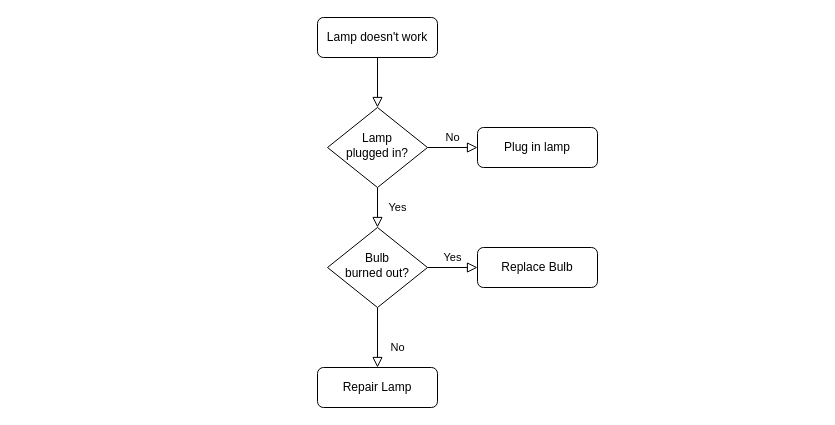
Before: IngegneriaSistemiDistribuiti/immagini/Flow.drawio in josura/appunti_e_cose_condivise, a draw.io diagram. Source tidied: cells renumbered, new cells numbered last; positions are measured from the earlier drawing's top-left corner, leaving out a move shared by most shapes. Both pictures are drawn from the tidied source at 100%, with x=0, y=0 at pixel (317, 17).
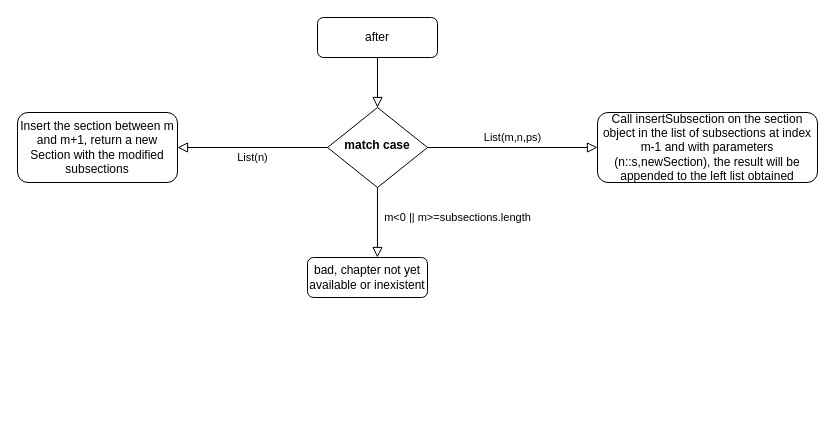
Above is the later version.

Diff of the diagram source:
```diff
@@
 <mxGraphModel>
   <root>
     <mxCell id="0" />
     <mxCell id="1" parent="0" />
     <mxCell id="2" style="rounded=0;html=1;jettySize=auto;fontSize=11;endArrow=block;endFill=0;endSize=8;strokeWidth=1;shadow=0;labelBackgroundColor=none;edgeStyle=orthogonalEdgeStyle;" parent="1" edge="1" source="3" target="6">
       <mxGeometry relative="1" as="geometry" />
     </mxCell>
-    <mxCell id="3" value="Lamp doesn't work" style="rounded=1;whiteSpace=wrap;html=1;fontSize=12;glass=0;strokeWidth=1;shadow=0;" parent="1" vertex="1">
+    <mxCell id="3" value="after" style="rounded=1;whiteSpace=wrap;html=1;fontSize=12;glass=0;strokeWidth=1;shadow=0;" parent="1" vertex="1">
       <mxGeometry width="120" height="40" as="geometry" />
     </mxCell>
-    <mxCell id="4" value="Yes" style="rounded=0;html=1;jettySize=auto;fontSize=11;endArrow=block;endFill=0;endSize=8;strokeWidth=1;shadow=0;labelBackgroundColor=none;edgeStyle=orthogonalEdgeStyle;" parent="1" edge="1" source="6" target="10">
-      <mxGeometry y="20" relative="1" as="geometry" />
+    <mxCell id="4" value="m&amp;lt;0 || m&amp;gt;=subsections.length" style="rounded=0;html=1;jettySize=auto;fontSize=11;endArrow=block;endFill=0;endSize=8;strokeWidth=1;shadow=0;labelBackgroundColor=none;edgeStyle=orthogonalEdgeStyle;entryX=0.583;entryY=0;entryDx=0;entryDy=0;entryPerimeter=0;" parent="1" edge="1" source="6" target="15">
+      <mxGeometry x="-0.14" y="80" relative="1" as="geometry" />
     </mxCell>
-    <mxCell id="5" value="No" style="edgeStyle=orthogonalEdgeStyle;rounded=0;html=1;jettySize=auto;fontSize=11;endArrow=block;endFill=0;endSize=8;strokeWidth=1;shadow=0;labelBackgroundColor=none;" parent="1" edge="1" source="6" target="7">
+    <mxCell id="5" value="List(m,n,ps)" style="edgeStyle=orthogonalEdgeStyle;rounded=0;html=1;jettySize=auto;fontSize=11;endArrow=block;endFill=0;endSize=8;strokeWidth=1;shadow=0;labelBackgroundColor=none;" parent="1" edge="1" source="6" target="7">
       <mxGeometry y="10" relative="1" as="geometry" />
     </mxCell>
-    <mxCell id="6" value="Lamp&lt;br&gt;plugged in?" style="rhombus;whiteSpace=wrap;html=1;shadow=0;fontFamily=Helvetica;fontSize=12;align=center;strokeWidth=1;spacing=6;spacingTop=-4;" parent="1" vertex="1">
+    <mxCell id="6" value="&lt;b&gt;match case&lt;br&gt;&lt;/b&gt;" style="rhombus;whiteSpace=wrap;html=1;shadow=0;fontFamily=Helvetica;fontSize=12;align=center;strokeWidth=1;spacing=6;spacingTop=-4;" parent="1" vertex="1">
       <mxGeometry x="10" y="90" width="100" height="80" as="geometry" />
     </mxCell>
-    <mxCell id="7" value="Plug in lamp" style="rounded=1;whiteSpace=wrap;html=1;fontSize=12;glass=0;strokeWidth=1;shadow=0;" parent="1" vertex="1">
-      <mxGeometry x="160" y="110" width="120" height="40" as="geometry" />
+    <mxCell id="7" value="Call insertSubsection on the section object in the list of subsections at index m-1 and with parameters (n::s,newSection), the result will be appended to the left list obtained" style="rounded=1;whiteSpace=wrap;html=1;fontSize=12;glass=0;strokeWidth=1;shadow=0;" parent="1" vertex="1">
+      <mxGeometry x="280" y="95" width="220" height="70" as="geometry" />
     </mxCell>
-    <mxCell id="8" value="No" style="rounded=0;html=1;jettySize=auto;fontSize=11;endArrow=block;endFill=0;endSize=8;strokeWidth=1;shadow=0;labelBackgroundColor=none;edgeStyle=orthogonalEdgeStyle;" parent="1" edge="1" source="10" target="11">
-      <mxGeometry x="0.33" y="20" relative="1" as="geometry" />
-    </mxCell>
-    <mxCell id="9" value="Yes" style="edgeStyle=orthogonalEdgeStyle;rounded=0;html=1;jettySize=auto;fontSize=11;endArrow=block;endFill=0;endSize=8;strokeWidth=1;shadow=0;labelBackgroundColor=none;" parent="1" edge="1" source="10" target="12">
-      <mxGeometry y="10" relative="1" as="geometry" />
-    </mxCell>
-    <mxCell id="10" value="Bulb&lt;br&gt;burned out?" style="rhombus;whiteSpace=wrap;html=1;shadow=0;fontFamily=Helvetica;fontSize=12;align=center;strokeWidth=1;spacing=6;spacingTop=-4;" parent="1" vertex="1">
-      <mxGeometry x="10" y="210" width="100" height="80" as="geometry" />
-    </mxCell>
-    <mxCell id="11" value="Repair Lamp" style="rounded=1;whiteSpace=wrap;html=1;fontSize=12;glass=0;strokeWidth=1;shadow=0;" parent="1" vertex="1">
-      <mxGeometry y="350" width="120" height="40" as="geometry" />
-    </mxCell>
-    <mxCell id="12" value="Replace Bulb" style="rounded=1;whiteSpace=wrap;html=1;fontSize=12;glass=0;strokeWidth=1;shadow=0;" parent="1" vertex="1">
-      <mxGeometry x="160" y="230" width="120" height="40" as="geometry" />
-    </mxCell>
+    <mxCell id="13" value="Insert the section between m and m+1, return a new Section with the modified subsections" style="rounded=1;whiteSpace=wrap;html=1;fontSize=12;glass=0;strokeWidth=1;shadow=0;" parent="1" vertex="1">
+      <mxGeometry x="-300" y="95" width="160" height="70" as="geometry" />
+    </mxCell>
+    <mxCell id="14" value="List(n)" style="edgeStyle=orthogonalEdgeStyle;rounded=0;html=1;jettySize=auto;fontSize=11;endArrow=block;endFill=0;endSize=8;strokeWidth=1;shadow=0;labelBackgroundColor=none;exitX=0;exitY=0.5;exitDx=0;exitDy=0;" parent="1" edge="1" source="6" target="13">
+      <mxGeometry y="10" relative="1" as="geometry" />
+    </mxCell>
+    <mxCell id="15" value="bad, chapter not yet available or inexistent" style="rounded=1;whiteSpace=wrap;html=1;fontSize=12;glass=0;strokeWidth=1;shadow=0;" parent="1" vertex="1">
+      <mxGeometry x="-10" y="240" width="120" height="40" as="geometry" />
+    </mxCell>
   </root>
 </mxGraphModel>
```
